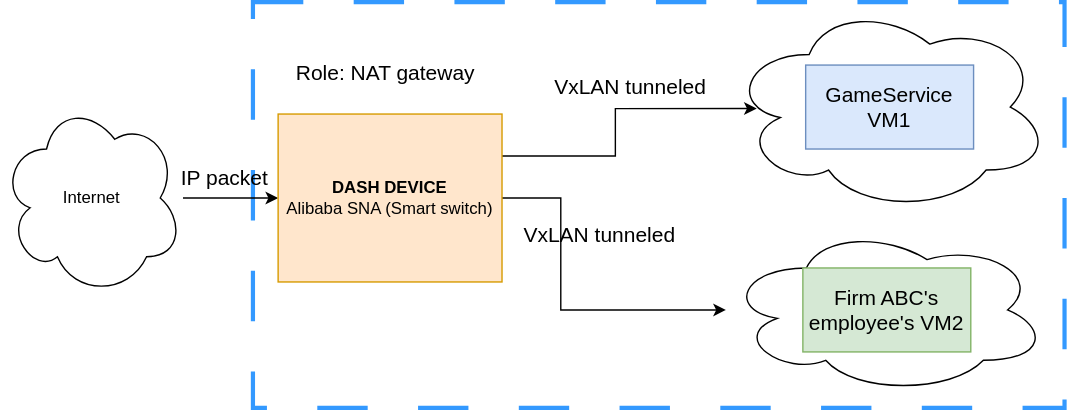
sonic-net/DASH keeps this draw.io diagram as documentation/nat-service/images/Figure1-dash-nat-topo.svg. Above is the earlier version. Source tidied: cells renumbered, new cells last; positions are measured from the earlier drawing's top-left corner, leaving out a move shared by most shapes. Its diagram source:
```xml
<mxGraphModel>
  <root>
    <mxCell id="0" />
    <mxCell id="1" parent="0" />
    <mxCell id="2" style="rounded=0;whiteSpace=wrap;html=1;fontSize=15;fillColor=none;strokeColor=#3399FF;dashed=1;dashPattern=12 12;strokeWidth=3;" parent="1" vertex="1">
      <mxGeometry x="180" width="580" height="290" as="geometry" />
    </mxCell>
    <mxCell id="3" style="edgeStyle=orthogonalEdgeStyle;rounded=0;jettySize=auto;html=1;fontSize=15;" parent="1" edge="1" source="4" target="7">
      <mxGeometry relative="1" as="geometry" />
    </mxCell>
    <mxCell id="4" value="Internet" style="ellipse;shape=cloud;whiteSpace=wrap;html=1;" parent="1" vertex="1">
      <mxGeometry y="70" width="130" height="140" as="geometry" />
    </mxCell>
    <mxCell id="5" style="edgeStyle=orthogonalEdgeStyle;rounded=0;jettySize=auto;html=1;fontSize=15;" parent="1" edge="1" source="7" target="11">
      <mxGeometry relative="1" as="geometry">
        <Array as="points">
          <mxPoint x="400" y="140" />
          <mxPoint x="400" y="220" />
        </Array>
      </mxGeometry>
    </mxCell>
    <mxCell id="6" style="edgeStyle=orthogonalEdgeStyle;rounded=0;jettySize=auto;html=1;exitX=1;exitY=0.25;exitDx=0;exitDy=0;entryX=0.087;entryY=0.507;entryDx=0;entryDy=0;entryPerimeter=0;fontSize=15;" parent="1" edge="1" source="7" target="9">
      <mxGeometry relative="1" as="geometry" />
    </mxCell>
    <mxCell id="7" value="&lt;b&gt;DASH DEVICE&lt;/b&gt;&lt;br&gt;Alibaba SNA (Smart switch)" style="rounded=0;whiteSpace=wrap;html=1;fillColor=#ffe6cc;strokeColor=#d79b00;" parent="1" vertex="1">
      <mxGeometry x="198" y="80" width="160" height="120" as="geometry" />
    </mxCell>
    <mxCell id="8" value="&lt;font style=&quot;font-size: 15px;&quot;&gt;Role: NAT gateway&lt;/font&gt;" style="whiteSpace=wrap;html=1;fillColor=none;strokeColor=none;" parent="1" vertex="1">
      <mxGeometry x="180" y="30" width="190" height="40" as="geometry" />
    </mxCell>
    <mxCell id="9" style="ellipse;shape=cloud;whiteSpace=wrap;html=1;fontSize=15;fillColor=none;" parent="1" vertex="1">
      <mxGeometry x="520" width="230" height="150" as="geometry" />
    </mxCell>
    <mxCell id="10" value="GameService&lt;br&gt;VM1" style="rounded=0;whiteSpace=wrap;html=1;fontSize=15;fillColor=#dae8fc;strokeColor=#6c8ebf;" parent="1" vertex="1">
      <mxGeometry x="575" y="45" width="120" height="60" as="geometry" />
    </mxCell>
    <mxCell id="11" style="ellipse;shape=cloud;whiteSpace=wrap;html=1;fontSize=15;" parent="1" vertex="1">
      <mxGeometry x="518" y="160" width="230" height="120" as="geometry" />
    </mxCell>
    <mxCell id="12" value="Firm ABC's employee's VM2" style="rounded=0;whiteSpace=wrap;html=1;fontSize=15;fillColor=#d5e8d4;strokeColor=#82b366;" parent="1" vertex="1">
      <mxGeometry x="573" y="190" width="120" height="60" as="geometry" />
    </mxCell>
    <mxCell id="13" value="VxLAN tunneled" style="whiteSpace=wrap;html=1;dashed=1;dashPattern=12 12;strokeColor=none;strokeWidth=3;fontSize=15;fillColor=none;" parent="1" vertex="1">
      <mxGeometry x="390" y="30" width="120" height="60" as="geometry" />
    </mxCell>
    <mxCell id="14" value="VxLAN tunneled" style="whiteSpace=wrap;html=1;dashed=1;dashPattern=12 12;strokeColor=none;strokeWidth=3;fontSize=15;fillColor=none;" parent="1" vertex="1">
      <mxGeometry x="368" y="136" width="120" height="60" as="geometry" />
    </mxCell>
    <mxCell id="15" value="IP packet" style="whiteSpace=wrap;html=1;dashed=1;dashPattern=12 12;strokeColor=none;strokeWidth=3;fontSize=15;fillColor=none;" parent="1" vertex="1">
      <mxGeometry x="100" y="105" width="120" height="40" as="geometry" />
    </mxCell>
  </root>
</mxGraphModel>
```
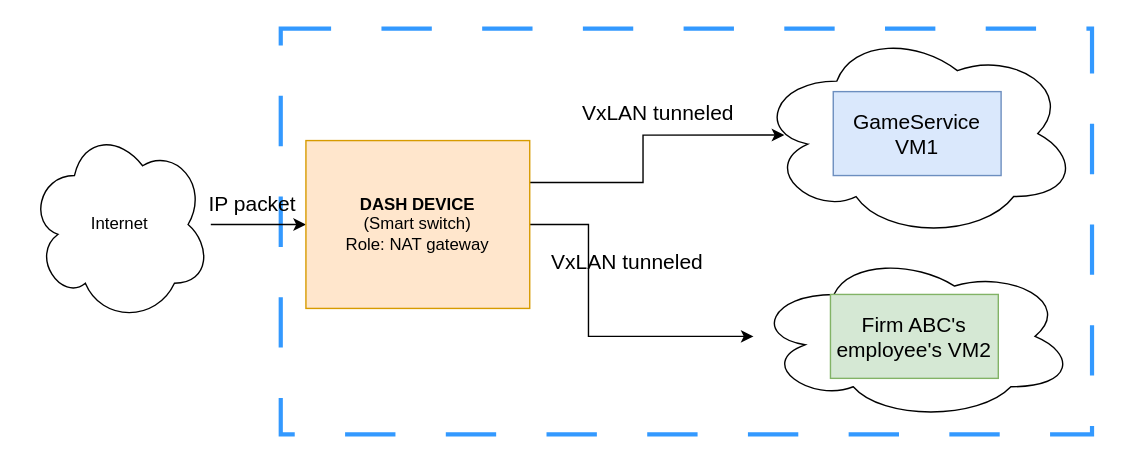
After the commit.

Change to the diagram source:
```diff
@@ -2,6 +2,9 @@
   <root>
     <mxCell id="0" />
     <mxCell id="1" parent="0" />
+    <mxCell id="16" style="rounded=0;whiteSpace=wrap;html=1;strokeColor=none;" parent="1" vertex="1">
+      <mxGeometry x="-20" y="-20" width="800" height="320" as="geometry" />
+    </mxCell>
     <mxCell id="2" style="rounded=0;whiteSpace=wrap;html=1;fontSize=15;fillColor=none;strokeColor=#3399FF;dashed=1;dashPattern=12 12;strokeWidth=3;" parent="1" vertex="1">
       <mxGeometry x="180" width="580" height="290" as="geometry" />
     </mxCell>
@@ -22,12 +25,9 @@
     <mxCell id="6" style="edgeStyle=orthogonalEdgeStyle;rounded=0;jettySize=auto;html=1;exitX=1;exitY=0.25;exitDx=0;exitDy=0;entryX=0.087;entryY=0.507;entryDx=0;entryDy=0;entryPerimeter=0;fontSize=15;" parent="1" edge="1" source="7" target="9">
       <mxGeometry relative="1" as="geometry" />
     </mxCell>
-    <mxCell id="7" value="&lt;b&gt;DASH DEVICE&lt;/b&gt;&lt;br&gt;Alibaba SNA (Smart switch)" style="rounded=0;whiteSpace=wrap;html=1;fillColor=#ffe6cc;strokeColor=#d79b00;" parent="1" vertex="1">
+    <mxCell id="7" value="&lt;b&gt;DASH DEVICE&lt;/b&gt;&lt;br&gt;(Smart switch)&lt;br&gt;Role: NAT gateway" style="rounded=0;whiteSpace=wrap;html=1;fillColor=#ffe6cc;strokeColor=#d79b00;" parent="1" vertex="1">
       <mxGeometry x="198" y="80" width="160" height="120" as="geometry" />
     </mxCell>
-    <mxCell id="8" value="&lt;font style=&quot;font-size: 15px;&quot;&gt;Role: NAT gateway&lt;/font&gt;" style="whiteSpace=wrap;html=1;fillColor=none;strokeColor=none;" parent="1" vertex="1">
-      <mxGeometry x="180" y="30" width="190" height="40" as="geometry" />
-    </mxCell>
     <mxCell id="9" style="ellipse;shape=cloud;whiteSpace=wrap;html=1;fontSize=15;fillColor=none;" parent="1" vertex="1">
       <mxGeometry x="520" width="230" height="150" as="geometry" />
     </mxCell>
```
